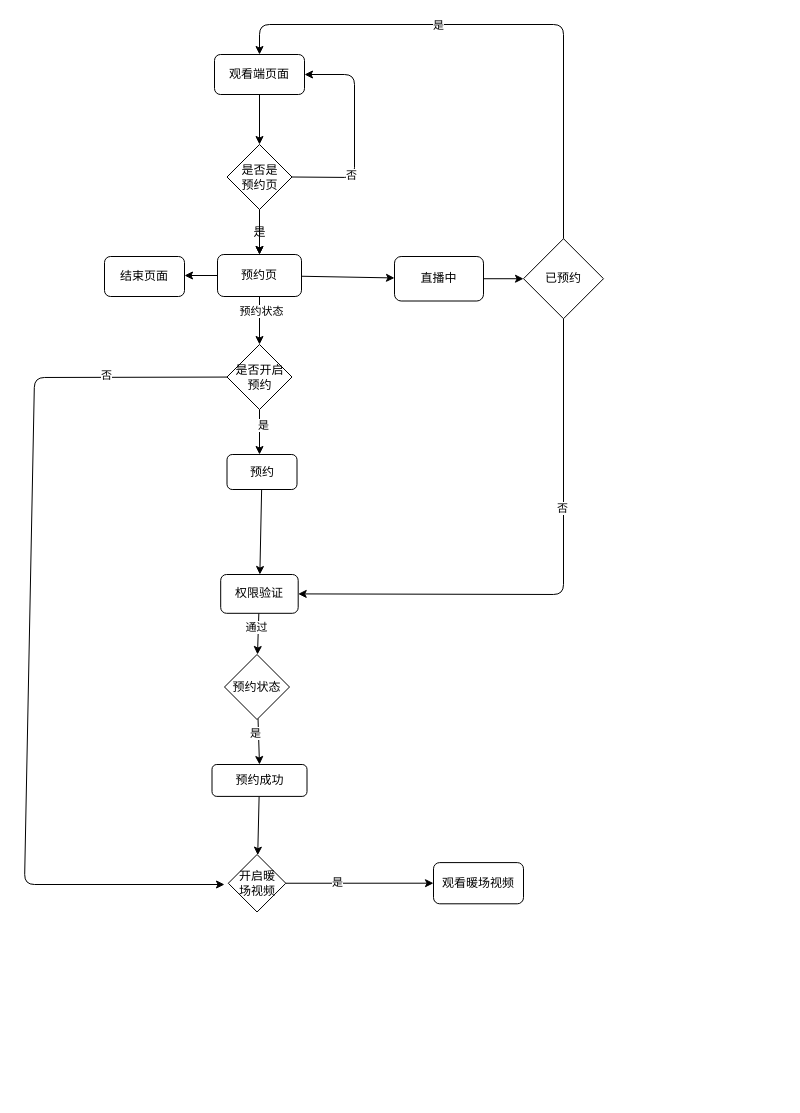
Earlier version of the draw.io diagram src/packages/subscribe-body/doc/subscribe.drawio (github-zoqg/vhall-platform). Source tidied: cells renumbered, new cells numbered last; positions are measured from the earlier drawing's top-left corner, leaving out a move shared by most shapes. Both pictures are drawn from the tidied source at 100%, with x=0, y=0 at pixel (24, 24).
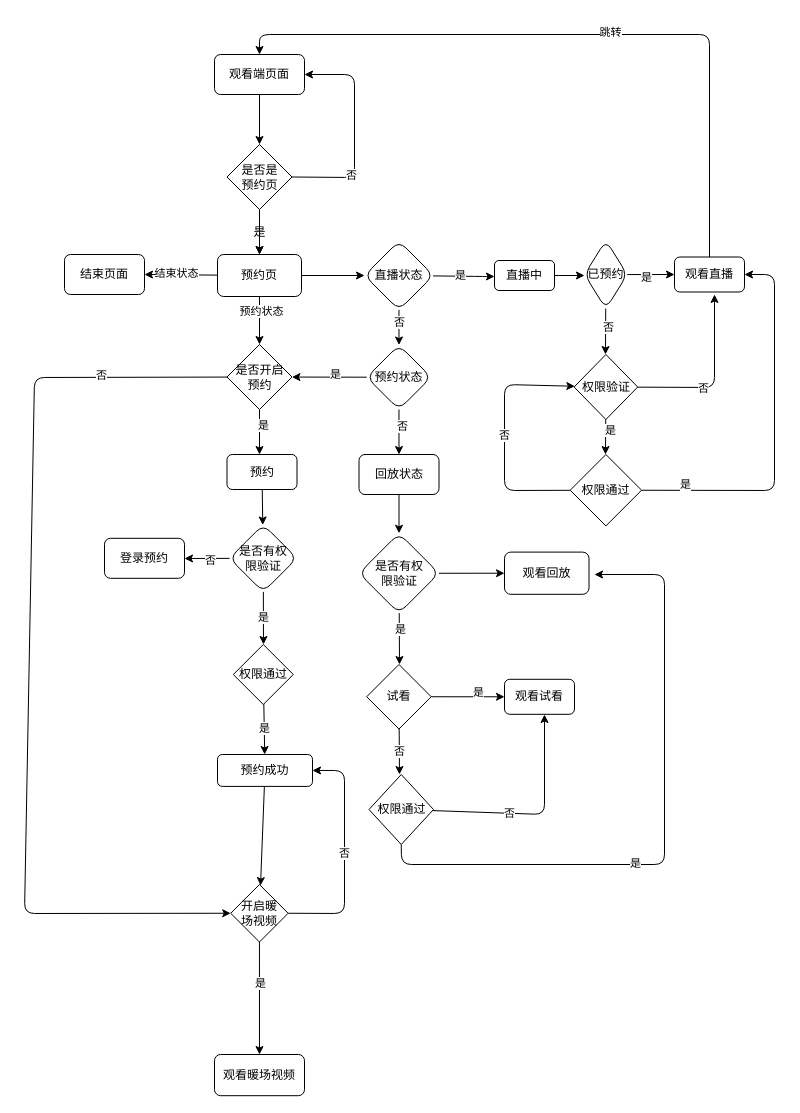
Above is the later version.

Commit message (it also covers changes not shown here):
feat: 添加预约页文档

The change refers to these unchanged cells:
```xml
<mxCell id="3" value="观看端页面" style="rounded=1;whiteSpace=wrap;html=1;" parent="1" vertex="1">
  <mxGeometry x="190" y="30" width="90" height="40" as="geometry" />
</mxCell>
<mxCell id="13" value="预约页" style="rounded=1;whiteSpace=wrap;html=1;" parent="1" vertex="1">
  <mxGeometry x="193" y="230" width="84" height="42" as="geometry" />
</mxCell>
<mxCell id="19" value="是否开启&lt;br&gt;预约" style="rhombus;whiteSpace=wrap;html=1;" parent="1" vertex="1">
  <mxGeometry x="202.5" y="320" width="65" height="65" as="geometry" />
</mxCell>
<mxCell id="21" value="预约" style="rounded=1;whiteSpace=wrap;html=1;" parent="1" vertex="1">
  <mxGeometry x="202.5" y="430" width="70" height="35" as="geometry" />
</mxCell>
```

Diff of the diagram source:
```diff
@@
-    <mxCell id="9" style="edgeStyle=none;html=1;" parent="1" edge="1" source="13">
-      <mxGeometry relative="1" as="geometry">
-        <mxPoint x="160" y="251" as="targetPoint" />
-      </mxGeometry>
+    <mxCell id="9" style="edgeStyle=none;html=1;entryX=1;entryY=0.5;entryDx=0;entryDy=0;" parent="1" edge="1" source="13" target="14">
+      <mxGeometry relative="1" as="geometry" />
     </mxCell>
+    <mxCell id="41" value="结束状态" style="edgeLabel;html=1;align=center;verticalAlign=middle;" parent="9" vertex="1">
+      <mxGeometry x="0.16" y="-2" relative="1" as="geometry" />
+    </mxCell>
@@
-    <mxCell id="12" style="edgeStyle=none;html=1;" parent="1" edge="1" source="13" target="32">
-      <mxGeometry relative="1" as="geometry" />
-    </mxCell>
+    <mxCell id="42" style="edgeStyle=none;html=1;" parent="1" edge="1" source="13" target="50">
+      <mxGeometry relative="1" as="geometry" />
+    </mxCell>
@@
     <mxCell id="14" value="结束页面" style="rounded=1;whiteSpace=wrap;html=1;" parent="1" vertex="1">
-      <mxGeometry x="80" y="232" width="80" height="40" as="geometry" />
+      <mxGeometry x="40" y="230" width="80" height="40" as="geometry" />
     </mxCell>
@@
-    <mxCell id="17" style="edgeStyle=none;html=1;" parent="1" edge="1" source="19">
+    <mxCell id="17" style="edgeStyle=none;html=1;entryX=0;entryY=0.5;entryDx=0;entryDy=0;" parent="1" edge="1" source="19" target="29">
       <mxGeometry relative="1" as="geometry">
-        <mxPoint x="200" y="860" as="targetPoint" />
         <Array as="points">
           <mxPoint x="10" y="353" />
-          <mxPoint y="860" />
+          <mxPoint y="889" />
         </Array>
       </mxGeometry>
     </mxCell>
@@
-    <mxCell id="20" style="edgeStyle=none;html=1;" parent="1" edge="1" source="21" target="24">
-      <mxGeometry relative="1" as="geometry" />
-    </mxCell>
+    <mxCell id="43" style="edgeStyle=none;html=1;" parent="1" edge="1" source="21" target="64">
+      <mxGeometry relative="1" as="geometry" />
+    </mxCell>
@@
-    <mxCell id="22" style="edgeStyle=none;html=1;" parent="1" edge="1" source="24">
-      <mxGeometry relative="1" as="geometry">
-        <mxPoint x="233" y="630" as="targetPoint" />
-        <Array as="points">
-          <mxPoint x="233" y="630" />
-        </Array>
-      </mxGeometry>
-    </mxCell>
-    <mxCell id="23" value="通过" style="edgeLabel;html=1;align=center;verticalAlign=middle;" parent="22" vertex="1">
-      <mxGeometry x="-0.31" y="-2" relative="1" as="geometry" />
-    </mxCell>
-    <mxCell id="24" value="权限验证" style="whiteSpace=wrap;html=1;rounded=1;" parent="1" vertex="1">
-      <mxGeometry x="196.2" y="550" width="77.5" height="38.8" as="geometry" />
-    </mxCell>
@@
     <mxCell id="26" value="预约成功" style="whiteSpace=wrap;html=1;rounded=1;" parent="1" vertex="1">
-      <mxGeometry x="187.5" y="740" width="95" height="31.9" as="geometry" />
+      <mxGeometry x="193" y="730" width="95" height="31.9" as="geometry" />
     </mxCell>
-    <mxCell id="27" style="edgeStyle=none;html=1;entryX=0;entryY=0.5;entryDx=0;entryDy=0;" parent="1" edge="1" source="29" target="30">
+    <mxCell id="27" style="edgeStyle=none;html=1;" parent="1" edge="1" source="29" target="30">
       <mxGeometry relative="1" as="geometry" />
     </mxCell>
-    <mxCell id="28" value="是" style="edgeLabel;html=1;align=center;verticalAlign=middle;" parent="27" vertex="1">
-      <mxGeometry x="-0.31" y="1" relative="1" as="geometry" />
-    </mxCell>
+    <mxCell id="44" value="是" style="edgeLabel;html=1;align=center;verticalAlign=middle;" parent="27" vertex="1">
+      <mxGeometry x="-0.27" y="1" relative="1" as="geometry" />
+    </mxCell>
+    <mxCell id="45" value="否" style="edgeStyle=none;html=1;exitX=1;exitY=0.5;exitDx=0;exitDy=0;entryX=1;entryY=0.5;entryDx=0;entryDy=0;" parent="1" edge="1" source="29" target="26">
+      <mxGeometry relative="1" as="geometry">
+        <Array as="points">
+          <mxPoint x="320" y="889" />
+          <mxPoint x="320" y="746" />
+        </Array>
+      </mxGeometry>
+    </mxCell>
     <mxCell id="29" value="开启暖&lt;br&gt;场视频" style="rhombus;whiteSpace=wrap;html=1;" parent="1" vertex="1">
-      <mxGeometry x="203.8" y="830" width="57.5" height="57.5" as="geometry" />
+      <mxGeometry x="206.2" y="860" width="57.5" height="57.5" as="geometry" />
     </mxCell>
     <mxCell id="30" value="观看暖场视频" style="rounded=1;whiteSpace=wrap;html=1;" parent="1" vertex="1">
-      <mxGeometry x="409" y="838.1" width="90" height="41.2" as="geometry" />
+      <mxGeometry x="190" y="1030" width="90" height="41.2" as="geometry" />
     </mxCell>
-    <mxCell id="31" style="edgeStyle=none;html=1;" parent="1" edge="1" source="32" target="37">
-      <mxGeometry relative="1" as="geometry" />
-    </mxCell>
+    <mxCell id="46" style="edgeStyle=none;html=1;" parent="1" edge="1" source="50">
+      <mxGeometry relative="1" as="geometry">
+        <mxPoint x="470" y="252" as="targetPoint" />
+        <Array as="points">
+          <mxPoint x="460" y="252" />
+        </Array>
+      </mxGeometry>
+    </mxCell>
+    <mxCell id="47" value="是" style="edgeLabel;html=1;align=center;verticalAlign=middle;" parent="46" vertex="1">
+      <mxGeometry x="-0.11" y="1" relative="1" as="geometry" />
+    </mxCell>
+    <mxCell id="48" style="edgeStyle=none;html=1;" parent="1" edge="1" source="50" target="40">
+      <mxGeometry relative="1" as="geometry" />
+    </mxCell>
+    <mxCell id="49" value="否" style="edgeLabel;html=1;align=center;verticalAlign=middle;" parent="48" vertex="1">
+      <mxGeometry x="-0.31" relative="1" as="geometry" />
+    </mxCell>
+    <mxCell id="50" value="直播状态" style="rhombus;whiteSpace=wrap;html=1;rounded=1;" parent="1" vertex="1">
+      <mxGeometry x="340" y="216.5" width="69" height="69" as="geometry" />
+    </mxCell>
+    <mxCell id="51" style="edgeStyle=none;html=1;" parent="1" edge="1" source="40" target="19">
+      <mxGeometry relative="1" as="geometry" />
+    </mxCell>
+    <mxCell id="52" value="是" style="edgeLabel;html=1;align=center;verticalAlign=middle;" parent="51" vertex="1">
+      <mxGeometry x="-0.14" y="-3" relative="1" as="geometry" />
+    </mxCell>
+    <mxCell id="53" style="edgeStyle=none;html=1;" parent="1" edge="1" source="40" target="56">
+      <mxGeometry relative="1" as="geometry" />
+    </mxCell>
+    <mxCell id="54" value="否" style="edgeLabel;html=1;align=center;verticalAlign=middle;" parent="53" vertex="1">
+      <mxGeometry x="-0.26" y="3" relative="1" as="geometry" />
+    </mxCell>
+    <mxCell id="40" value="预约状态" style="rhombus;whiteSpace=wrap;html=1;rounded=1;" parent="1" vertex="1">
+      <mxGeometry x="342.2" y="320.5" width="64.5" height="64.5" as="geometry" />
+    </mxCell>
+    <mxCell id="55" style="edgeStyle=none;html=1;" parent="1" edge="1" source="56" target="60">
+      <mxGeometry relative="1" as="geometry" />
+    </mxCell>
+    <mxCell id="56" value="回放状态" style="rounded=1;whiteSpace=wrap;html=1;" parent="1" vertex="1">
+      <mxGeometry x="334.5" y="430" width="80" height="40" as="geometry" />
+    </mxCell>
+    <mxCell id="57" style="edgeStyle=none;html=1;" parent="1" edge="1" source="60">
+      <mxGeometry relative="1" as="geometry">
+        <mxPoint x="375" y="640" as="targetPoint" />
+      </mxGeometry>
+    </mxCell>
+    <mxCell id="58" value="是" style="edgeLabel;html=1;align=center;verticalAlign=middle;" parent="57" vertex="1">
+      <mxGeometry x="-0.36" y="1" relative="1" as="geometry" />
+    </mxCell>
+    <mxCell id="59" style="edgeStyle=none;html=1;" parent="1" edge="1" source="60" target="68">
+      <mxGeometry relative="1" as="geometry" />
+    </mxCell>
+    <mxCell id="60" value="是否有权&lt;br&gt;限验证" style="rhombus;whiteSpace=wrap;html=1;rounded=1;" parent="1" vertex="1">
+      <mxGeometry x="334.5" y="508.8" width="80" height="80" as="geometry" />
+    </mxCell>
+    <mxCell id="61" style="edgeStyle=none;html=1;" parent="1" edge="1" source="64">
+      <mxGeometry relative="1" as="geometry">
+        <mxPoint x="160" y="534" as="targetPoint" />
+      </mxGeometry>
+    </mxCell>
+    <mxCell id="62" value="否" style="edgeLabel;html=1;align=center;verticalAlign=middle;" parent="61" vertex="1">
+      <mxGeometry x="-0.11" y="2" relative="1" as="geometry" />
+    </mxCell>
+    <mxCell id="63" value="是" style="edgeStyle=none;html=1;" parent="1" edge="1" source="64">
+      <mxGeometry relative="1" as="geometry">
+        <mxPoint x="239" y="620" as="targetPoint" />
+      </mxGeometry>
+    </mxCell>
+    <mxCell id="64" value="是否有权&lt;br&gt;限验证" style="rhombus;whiteSpace=wrap;html=1;rounded=1;" parent="1" vertex="1">
+      <mxGeometry x="205" y="500" width="67.5" height="67.5" as="geometry" />
+    </mxCell>
+    <mxCell id="65" value="登录预约" style="rounded=1;whiteSpace=wrap;html=1;" parent="1" vertex="1">
+      <mxGeometry x="80" y="513.8" width="80" height="40" as="geometry" />
+    </mxCell>
+    <mxCell id="66" value="是" style="edgeStyle=none;html=1;" parent="1" edge="1" source="67" target="26">
+      <mxGeometry relative="1" as="geometry" />
+    </mxCell>
+    <mxCell id="67" value="权限通过" style="rhombus;whiteSpace=wrap;html=1;" parent="1" vertex="1">
+      <mxGeometry x="208.8" y="620" width="60" height="60" as="geometry" />
+    </mxCell>
+    <mxCell id="68" value="观看回放" style="rounded=1;whiteSpace=wrap;html=1;" parent="1" vertex="1">
+      <mxGeometry x="480" y="527.6" width="84.5" height="42.2" as="geometry" />
+    </mxCell>
+    <mxCell id="69" style="edgeStyle=none;html=1;" parent="1" edge="1" source="73">
+      <mxGeometry relative="1" as="geometry">
+        <mxPoint x="520" y="690" as="targetPoint" />
+        <Array as="points">
+          <mxPoint x="520" y="790" />
+        </Array>
+      </mxGeometry>
+    </mxCell>
+    <mxCell id="70" value="否" style="edgeLabel;html=1;align=center;verticalAlign=middle;" parent="69" vertex="1">
+      <mxGeometry x="-0.27" relative="1" as="geometry" />
+    </mxCell>
+    <mxCell id="71" style="edgeStyle=none;html=1;exitX=0.5;exitY=1;exitDx=0;exitDy=0;" parent="1" edge="1" source="73">
+      <mxGeometry relative="1" as="geometry">
+        <mxPoint x="570" y="550" as="targetPoint" />
+        <Array as="points">
+          <mxPoint x="377" y="840" />
+          <mxPoint x="640" y="840" />
+          <mxPoint x="640" y="550" />
+        </Array>
+      </mxGeometry>
+    </mxCell>
+    <mxCell id="72" value="是" style="edgeLabel;html=1;align=center;verticalAlign=middle;" parent="71" vertex="1">
+      <mxGeometry x="-0.21" y="2" relative="1" as="geometry" />
+    </mxCell>
+    <mxCell id="73" value="权限通过" style="rhombus;whiteSpace=wrap;html=1;" parent="1" vertex="1">
+      <mxGeometry x="344.5" y="750" width="64.5" height="70" as="geometry" />
+    </mxCell>
+    <mxCell id="74" value="否" style="edgeStyle=none;html=1;" parent="1" edge="1" source="77">
+      <mxGeometry relative="1" as="geometry">
+        <mxPoint x="375" y="750" as="targetPoint" />
+      </mxGeometry>
+    </mxCell>
+    <mxCell id="75" style="edgeStyle=none;html=1;" parent="1" edge="1" source="77" target="78">
+      <mxGeometry relative="1" as="geometry" />
+    </mxCell>
+    <mxCell id="76" value="是" style="edgeLabel;html=1;align=center;verticalAlign=middle;" parent="75" vertex="1">
+      <mxGeometry x="0.29" y="5" relative="1" as="geometry" />
+    </mxCell>
+    <mxCell id="77" value="试看" style="rhombus;whiteSpace=wrap;html=1;" parent="1" vertex="1">
+      <mxGeometry x="342.2" y="640" width="64.5" height="64.5" as="geometry" />
+    </mxCell>
+    <mxCell id="78" value="观看试看" style="rounded=1;whiteSpace=wrap;html=1;" parent="1" vertex="1">
+      <mxGeometry x="480" y="654.8" width="70" height="35" as="geometry" />
+    </mxCell>
+    <mxCell id="79" style="edgeStyle=none;html=1;" parent="1" edge="1" source="32">
+      <mxGeometry relative="1" as="geometry">
+        <mxPoint x="560" y="251" as="targetPoint" />
+      </mxGeometry>
+    </mxCell>
-    <mxCell id="32" value="直播中" style="whiteSpace=wrap;html=1;rounded=1;" parent="1" vertex="1">
-      <mxGeometry x="370" y="232" width="89" height="44.5" as="geometry" />
+    <mxCell id="32" value="直播中" style="rounded=1;whiteSpace=wrap;html=1;" parent="1" vertex="1">
+      <mxGeometry x="470" y="236" width="60" height="30" as="geometry" />
     </mxCell>
-    <mxCell id="33" style="edgeStyle=none;html=1;entryX=0.5;entryY=0;entryDx=0;entryDy=0;" parent="1" edge="1" source="37" target="3">
-      <mxGeometry relative="1" as="geometry">
-        <Array as="points">
-          <mxPoint x="539" />
-          <mxPoint x="235" />
-        </Array>
-      </mxGeometry>
-    </mxCell>
-    <mxCell id="34" value="是" style="edgeLabel;html=1;align=center;verticalAlign=middle;" parent="33" vertex="1">
-      <mxGeometry x="0.24" relative="1" as="geometry" />
-    </mxCell>
-    <mxCell id="35" style="edgeStyle=none;html=1;entryX=1;entryY=0.5;entryDx=0;entryDy=0;" parent="1" edge="1" source="37" target="24">
-      <mxGeometry relative="1" as="geometry">
-        <Array as="points">
-          <mxPoint x="539" y="570" />
-        </Array>
-      </mxGeometry>
-    </mxCell>
-    <mxCell id="36" value="否" style="edgeLabel;html=1;align=center;verticalAlign=middle;" parent="35" vertex="1">
-      <mxGeometry x="-0.3" y="-2" relative="1" as="geometry" />
-    </mxCell>
+    <mxCell id="80" style="edgeStyle=none;html=1;" parent="1" edge="1" source="37" target="86">
+      <mxGeometry relative="1" as="geometry" />
+    </mxCell>
+    <mxCell id="81" value="是" style="edgeLabel;html=1;align=center;verticalAlign=middle;" parent="80" vertex="1">
+      <mxGeometry x="-0.19" y="-2" relative="1" as="geometry" />
+    </mxCell>
+    <mxCell id="82" style="edgeStyle=none;html=1;" parent="1" edge="1" source="37">
+      <mxGeometry relative="1" as="geometry">
+        <mxPoint x="581" y="330" as="targetPoint" />
+      </mxGeometry>
+    </mxCell>
+    <mxCell id="83" value="否" style="edgeLabel;html=1;align=center;verticalAlign=middle;" parent="82" vertex="1">
+      <mxGeometry x="-0.23" y="2" relative="1" as="geometry" />
+    </mxCell>
-    <mxCell id="37" value="已预约" style="rhombus;whiteSpace=wrap;html=1;" parent="1" vertex="1">
-      <mxGeometry x="499" y="214.2" width="80" height="80" as="geometry" />
+    <mxCell id="37" value="已预约" style="rhombus;whiteSpace=wrap;html=1;rounded=1;" parent="1" vertex="1">
+      <mxGeometry x="560" y="215.8" width="42.8" height="68.5" as="geometry" />
     </mxCell>
-    <mxCell id="38" style="edgeStyle=none;html=1;entryX=0.5;entryY=0;entryDx=0;entryDy=0;" parent="1" edge="1" source="40" target="26">
-      <mxGeometry relative="1" as="geometry" />
-    </mxCell>
-    <mxCell id="39" value="是" style="edgeLabel;html=1;align=center;verticalAlign=middle;" parent="38" vertex="1">
-      <mxGeometry x="-0.38" y="-3" relative="1" as="geometry" />
-    </mxCell>
-    <mxCell id="40" value="预约状态" style="rhombus;whiteSpace=wrap;html=1;" parent="1" vertex="1">
-      <mxGeometry x="200" y="630" width="65" height="65" as="geometry" />
-    </mxCell>
+    <mxCell id="84" style="edgeStyle=none;html=1;entryX=0.5;entryY=0;entryDx=0;entryDy=0;" parent="1" edge="1" source="86" target="3">
+      <mxGeometry relative="1" as="geometry">
+        <Array as="points">
+          <mxPoint x="685" y="10" />
+          <mxPoint x="235" y="10" />
+        </Array>
+      </mxGeometry>
+    </mxCell>
+    <mxCell id="85" value="跳转" style="edgeLabel;html=1;align=center;verticalAlign=middle;" parent="84" vertex="1">
+      <mxGeometry x="-0.07" y="-3" relative="1" as="geometry" />
+    </mxCell>
+    <mxCell id="86" value="观看直播" style="whiteSpace=wrap;html=1;rounded=1;" parent="1" vertex="1">
+      <mxGeometry x="650" y="232.5" width="70" height="35" as="geometry" />
+    </mxCell>
+    <mxCell id="87" style="edgeStyle=none;html=1;" parent="1" edge="1" source="24">
+      <mxGeometry relative="1" as="geometry">
+        <mxPoint x="690" y="270" as="targetPoint" />
+        <Array as="points">
+          <mxPoint x="690" y="363" />
+        </Array>
+      </mxGeometry>
+    </mxCell>
+    <mxCell id="88" value="否" style="edgeLabel;html=1;align=center;verticalAlign=middle;" parent="87" vertex="1">
+      <mxGeometry x="-0.24" y="-1" relative="1" as="geometry" />
+    </mxCell>
+    <mxCell id="89" style="edgeStyle=none;html=1;" parent="1" edge="1" source="24">
+      <mxGeometry relative="1" as="geometry">
+        <mxPoint x="581" y="430" as="targetPoint" />
+      </mxGeometry>
+    </mxCell>
+    <mxCell id="90" value="是" style="edgeLabel;html=1;align=center;verticalAlign=middle;" parent="89" vertex="1">
+      <mxGeometry x="-0.36" y="4" relative="1" as="geometry" />
+    </mxCell>
+    <mxCell id="24" value="权限验证" style="rhombus;whiteSpace=wrap;html=1;" parent="1" vertex="1">
+      <mxGeometry x="549.6" y="330" width="63.6" height="65" as="geometry" />
+    </mxCell>
+    <mxCell id="91" value="否" style="edgeStyle=none;html=1;" parent="1" edge="1" source="94" target="24">
+      <mxGeometry relative="1" as="geometry">
+        <Array as="points">
+          <mxPoint x="480" y="466" />
+          <mxPoint x="480" y="360" />
+        </Array>
+      </mxGeometry>
+    </mxCell>
+    <mxCell id="92" style="edgeStyle=none;html=1;entryX=1;entryY=0.5;entryDx=0;entryDy=0;" parent="1" edge="1" source="94" target="86">
+      <mxGeometry relative="1" as="geometry">
+        <Array as="points">
+          <mxPoint x="750" y="466" />
+          <mxPoint x="750" y="250" />
+        </Array>
+      </mxGeometry>
+    </mxCell>
+    <mxCell id="93" value="是" style="edgeLabel;html=1;align=center;verticalAlign=middle;" parent="92" vertex="1">
+      <mxGeometry x="-0.16" y="1" relative="1" as="geometry">
+        <mxPoint x="-89" y="20" as="offset" />
+      </mxGeometry>
+    </mxCell>
+    <mxCell id="94" value="权限通过" style="rhombus;whiteSpace=wrap;html=1;" parent="1" vertex="1">
+      <mxGeometry x="545.7" y="430" width="71.4" height="71.4" as="geometry" />
+    </mxCell>
```
